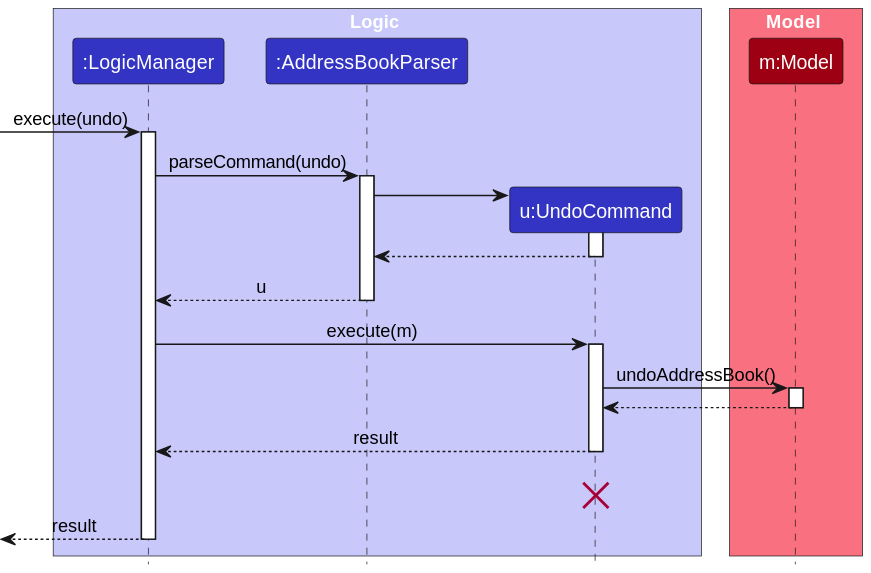
This is docs/images/UndoSequenceDiagram-Logic.svg from AY2324S2-CS2103-F15-1/tp, a PlantUML export, as it was before one commit.
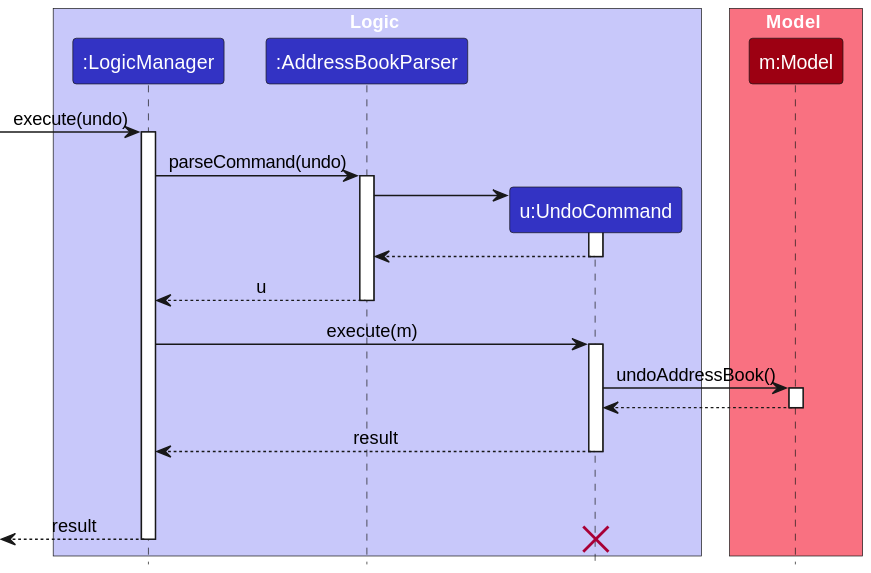
After the change.

What changed in the source:
```diff
@@ -39,8 +39,8 @@
 UndoCommand --> LogicManager : result
 deactivate UndoCommand
 UndoCommand -[hidden]-> LogicManager : result
-destroy UndoCommand
 
 [<--LogicManager : result
 deactivate LogicManager
+destroy UndoCommand
 @enduml
```
